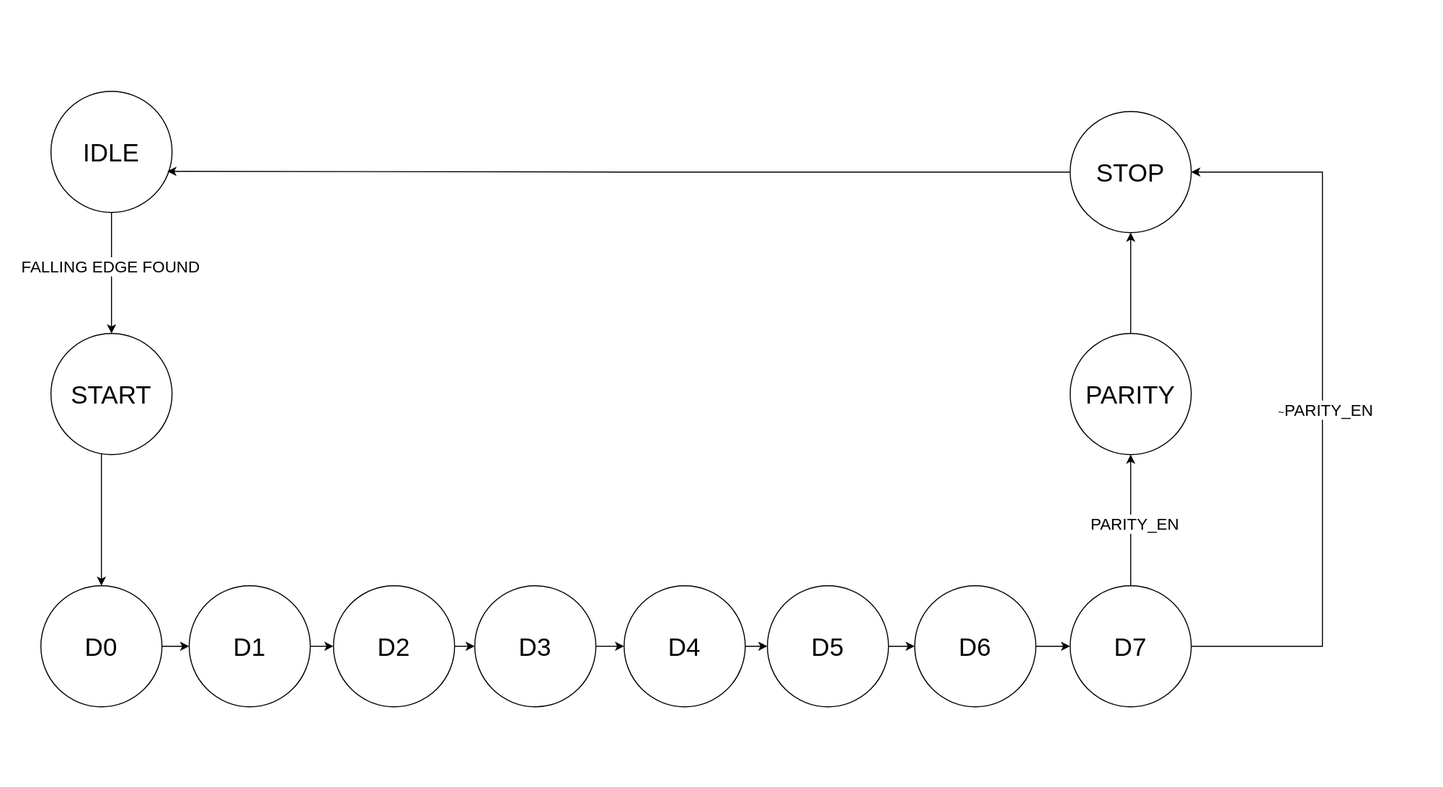
This is fsm.drawio.svg from ADN-VLSI/apb-uart, a draw.io export, as it was before one commit. Source tidied: cells renumbered, new cells last; positions are measured from the earlier drawing's top-left corner, leaving out a move shared by most shapes. The source it was exported from:
```xml
<mxGraphModel>
  <root>
    <mxCell id="0" />
    <mxCell id="1" parent="0" />
    <mxCell id="2" style="rounded=0;whiteSpace=wrap;html=1;strokeColor=none;" parent="1" vertex="1">
      <mxGeometry width="1430" height="780" as="geometry" />
    </mxCell>
    <mxCell id="3" style="edgeStyle=orthogonalEdgeStyle;rounded=0;jettySize=auto;html=1;exitX=0.5;exitY=1;exitDx=0;exitDy=0;entryX=0.5;entryY=0;entryDx=0;entryDy=0;fontSize=25;" parent="1" edge="1" source="5" target="7">
      <mxGeometry relative="1" as="geometry" />
    </mxCell>
    <mxCell id="4" value="&lt;font style=&quot;font-size: 16px;&quot;&gt;FALLING EDGE FOUND&lt;/font&gt;" style="edgeLabel;html=1;align=center;verticalAlign=middle;" parent="3" vertex="1">
      <mxGeometry x="-0.12" y="-2" relative="1" as="geometry" />
    </mxCell>
    <mxCell id="5" value="IDLE" style="ellipse;whiteSpace=wrap;html=1;rotation=0;fontSize=25;" parent="1" vertex="1">
      <mxGeometry x="50" y="90" width="120" height="120" as="geometry" />
    </mxCell>
    <mxCell id="6" style="edgeStyle=orthogonalEdgeStyle;rounded=0;jettySize=auto;html=1;exitX=0.5;exitY=1;exitDx=0;exitDy=0;entryX=0.5;entryY=0;entryDx=0;entryDy=0;fontSize=25;" parent="1" edge="1" source="7" target="9">
      <mxGeometry relative="1" as="geometry">
        <Array as="points">
          <mxPoint x="100" y="410" />
        </Array>
      </mxGeometry>
    </mxCell>
    <mxCell id="7" value="START" style="ellipse;whiteSpace=wrap;html=1;rotation=0;fontSize=25;" parent="1" vertex="1">
      <mxGeometry x="50" y="330" width="120" height="120" as="geometry" />
    </mxCell>
    <mxCell id="8" style="edgeStyle=orthogonalEdgeStyle;rounded=0;jettySize=auto;html=1;fontSize=25;" parent="1" edge="1" source="9" target="11">
      <mxGeometry relative="1" as="geometry" />
    </mxCell>
    <mxCell id="9" value="D0" style="ellipse;whiteSpace=wrap;html=1;rotation=0;fontSize=25;" parent="1" vertex="1">
      <mxGeometry x="40" y="580" width="120" height="120" as="geometry" />
    </mxCell>
    <mxCell id="10" style="edgeStyle=orthogonalEdgeStyle;rounded=0;jettySize=auto;html=1;exitX=1;exitY=0.5;exitDx=0;exitDy=0;entryX=0;entryY=0.5;entryDx=0;entryDy=0;fontSize=25;" parent="1" edge="1" source="11" target="13">
      <mxGeometry relative="1" as="geometry" />
    </mxCell>
    <mxCell id="11" value="D1" style="ellipse;whiteSpace=wrap;html=1;rotation=0;fontSize=25;" parent="1" vertex="1">
      <mxGeometry x="187" y="580" width="120" height="120" as="geometry" />
    </mxCell>
    <mxCell id="12" style="edgeStyle=orthogonalEdgeStyle;rounded=0;jettySize=auto;html=1;exitX=1;exitY=0.5;exitDx=0;exitDy=0;entryX=0;entryY=0.5;entryDx=0;entryDy=0;fontSize=25;" parent="1" edge="1" source="13" target="15">
      <mxGeometry relative="1" as="geometry" />
    </mxCell>
    <mxCell id="13" value="D2" style="ellipse;whiteSpace=wrap;html=1;rotation=0;fontSize=25;" parent="1" vertex="1">
      <mxGeometry x="330" y="580" width="120" height="120" as="geometry" />
    </mxCell>
    <mxCell id="14" style="edgeStyle=orthogonalEdgeStyle;rounded=0;jettySize=auto;html=1;exitX=1;exitY=0.5;exitDx=0;exitDy=0;entryX=0;entryY=0.5;entryDx=0;entryDy=0;fontSize=25;" parent="1" edge="1" source="15" target="17">
      <mxGeometry relative="1" as="geometry" />
    </mxCell>
    <mxCell id="15" value="D3" style="ellipse;whiteSpace=wrap;html=1;rotation=0;fontSize=25;" parent="1" vertex="1">
      <mxGeometry x="470" y="580" width="120" height="120" as="geometry" />
    </mxCell>
    <mxCell id="16" style="edgeStyle=orthogonalEdgeStyle;rounded=0;jettySize=auto;html=1;fontSize=25;" parent="1" edge="1" source="17" target="19">
      <mxGeometry relative="1" as="geometry" />
    </mxCell>
    <mxCell id="17" value="D4" style="ellipse;whiteSpace=wrap;html=1;rotation=0;fontSize=25;" parent="1" vertex="1">
      <mxGeometry x="618" y="580" width="120" height="120" as="geometry" />
    </mxCell>
    <mxCell id="18" style="edgeStyle=orthogonalEdgeStyle;rounded=0;jettySize=auto;html=1;fontSize=25;" parent="1" edge="1" source="19" target="21">
      <mxGeometry relative="1" as="geometry" />
    </mxCell>
    <mxCell id="19" value="D5" style="ellipse;whiteSpace=wrap;html=1;rotation=0;fontSize=25;" parent="1" vertex="1">
      <mxGeometry x="760" y="580" width="120" height="120" as="geometry" />
    </mxCell>
    <mxCell id="20" style="edgeStyle=orthogonalEdgeStyle;rounded=0;jettySize=auto;html=1;entryX=0;entryY=0.5;entryDx=0;entryDy=0;fontSize=25;" parent="1" edge="1" source="21" target="26">
      <mxGeometry relative="1" as="geometry" />
    </mxCell>
    <mxCell id="21" value="D6" style="ellipse;whiteSpace=wrap;html=1;fontSize=25;" parent="1" vertex="1">
      <mxGeometry x="906" y="580" width="120" height="120" as="geometry" />
    </mxCell>
    <mxCell id="22" style="edgeStyle=orthogonalEdgeStyle;rounded=0;jettySize=auto;html=1;entryX=0.5;entryY=1;entryDx=0;entryDy=0;fontSize=25;" parent="1" edge="1" source="26" target="28">
      <mxGeometry relative="1" as="geometry" />
    </mxCell>
    <mxCell id="23" value="&lt;font style=&quot;font-size: 16px;&quot;&gt;PARITY_EN&lt;/font&gt;" style="edgeLabel;html=1;align=center;verticalAlign=middle;" parent="22" vertex="1">
      <mxGeometry x="-0.05" y="-3" relative="1" as="geometry" />
    </mxCell>
    <mxCell id="24" style="edgeStyle=orthogonalEdgeStyle;rounded=0;jettySize=auto;html=1;exitX=1;exitY=0.5;exitDx=0;exitDy=0;entryX=1;entryY=0.5;entryDx=0;entryDy=0;" parent="1" edge="1" source="26" target="29">
      <mxGeometry relative="1" as="geometry">
        <Array as="points">
          <mxPoint x="1310" y="640" />
          <mxPoint x="1310" y="170" />
        </Array>
      </mxGeometry>
    </mxCell>
    <mxCell id="25" value="~&lt;font style=&quot;font-size: 16px;&quot;&gt;PARITY_EN&lt;/font&gt;" style="edgeLabel;html=1;align=center;verticalAlign=middle;" parent="24" vertex="1">
      <mxGeometry y="-2" relative="1" as="geometry" />
    </mxCell>
    <mxCell id="26" value="D7" style="ellipse;whiteSpace=wrap;html=1;fontSize=25;" parent="1" vertex="1">
      <mxGeometry x="1060" y="580" width="120" height="120" as="geometry" />
    </mxCell>
    <mxCell id="27" style="edgeStyle=orthogonalEdgeStyle;rounded=0;jettySize=auto;html=1;exitX=0.5;exitY=0;exitDx=0;exitDy=0;" parent="1" edge="1" source="28" target="29">
      <mxGeometry relative="1" as="geometry" />
    </mxCell>
    <mxCell id="28" value="PARITY" style="ellipse;whiteSpace=wrap;html=1;rotation=0;fontSize=25;" parent="1" vertex="1">
      <mxGeometry x="1060" y="330" width="120" height="120" as="geometry" />
    </mxCell>
    <mxCell id="29" value="STOP" style="ellipse;whiteSpace=wrap;html=1;rotation=0;fontSize=25;" parent="1" vertex="1">
      <mxGeometry x="1060" y="110" width="120" height="120" as="geometry" />
    </mxCell>
    <mxCell id="30" style="edgeStyle=orthogonalEdgeStyle;rounded=0;jettySize=auto;html=1;entryX=0.961;entryY=0.661;entryDx=0;entryDy=0;entryPerimeter=0;" parent="1" edge="1" source="29" target="5">
      <mxGeometry relative="1" as="geometry" />
    </mxCell>
  </root>
</mxGraphModel>
```
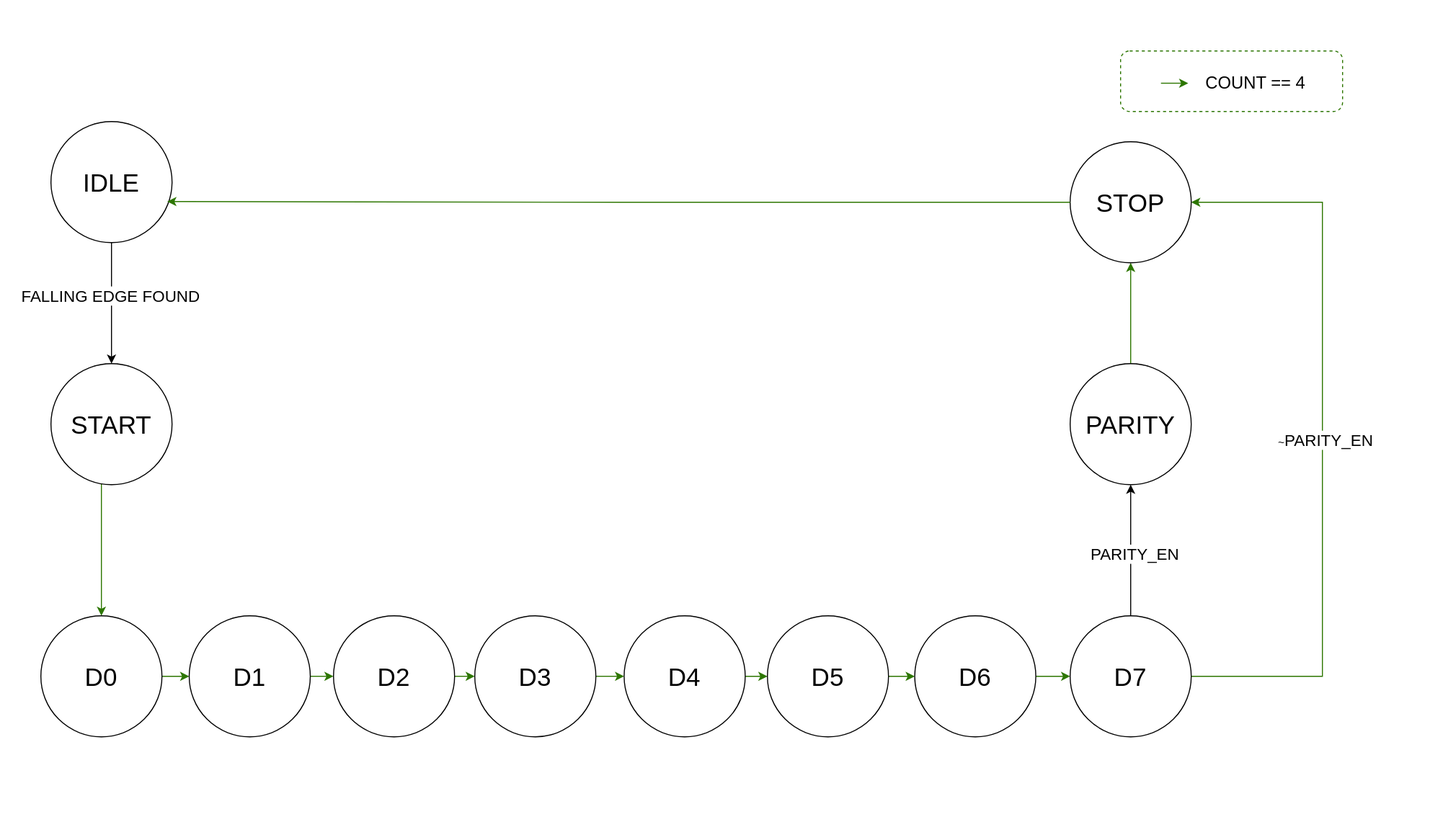
Above is the later version.

Diff of the diagram source:
```diff
@@ -3,7 +3,7 @@
     <mxCell id="0" />
     <mxCell id="1" parent="0" />
     <mxCell id="2" style="rounded=0;whiteSpace=wrap;html=1;strokeColor=none;" parent="1" vertex="1">
-      <mxGeometry width="1430" height="780" as="geometry" />
+      <mxGeometry y="-30" width="1430" height="810" as="geometry" />
     </mxCell>
     <mxCell id="3" style="edgeStyle=orthogonalEdgeStyle;rounded=0;jettySize=auto;html=1;exitX=0.5;exitY=1;exitDx=0;exitDy=0;entryX=0.5;entryY=0;entryDx=0;entryDy=0;fontSize=25;" parent="1" edge="1" source="5" target="7">
       <mxGeometry relative="1" as="geometry" />
@@ -14,7 +14,7 @@
     <mxCell id="5" value="IDLE" style="ellipse;whiteSpace=wrap;html=1;rotation=0;fontSize=25;" parent="1" vertex="1">
       <mxGeometry x="50" y="90" width="120" height="120" as="geometry" />
     </mxCell>
-    <mxCell id="6" style="edgeStyle=orthogonalEdgeStyle;rounded=0;jettySize=auto;html=1;exitX=0.5;exitY=1;exitDx=0;exitDy=0;entryX=0.5;entryY=0;entryDx=0;entryDy=0;fontSize=25;" parent="1" edge="1" source="7" target="9">
+    <mxCell id="6" style="edgeStyle=orthogonalEdgeStyle;rounded=0;jettySize=auto;html=1;exitX=0.5;exitY=1;exitDx=0;exitDy=0;entryX=0.5;entryY=0;entryDx=0;entryDy=0;fontSize=25;fillColor=#60a917;strokeColor=#2D7600;" parent="1" edge="1" source="7" target="9">
       <mxGeometry relative="1" as="geometry">
         <Array as="points">
           <mxPoint x="100" y="410" />
@@ -24,43 +24,43 @@
     <mxCell id="7" value="START" style="ellipse;whiteSpace=wrap;html=1;rotation=0;fontSize=25;" parent="1" vertex="1">
       <mxGeometry x="50" y="330" width="120" height="120" as="geometry" />
     </mxCell>
-    <mxCell id="8" style="edgeStyle=orthogonalEdgeStyle;rounded=0;jettySize=auto;html=1;fontSize=25;" parent="1" edge="1" source="9" target="11">
+    <mxCell id="8" style="edgeStyle=orthogonalEdgeStyle;rounded=0;jettySize=auto;html=1;fontSize=25;fillColor=#60a917;strokeColor=#2D7600;" parent="1" edge="1" source="9" target="11">
       <mxGeometry relative="1" as="geometry" />
     </mxCell>
     <mxCell id="9" value="D0" style="ellipse;whiteSpace=wrap;html=1;rotation=0;fontSize=25;" parent="1" vertex="1">
       <mxGeometry x="40" y="580" width="120" height="120" as="geometry" />
     </mxCell>
-    <mxCell id="10" style="edgeStyle=orthogonalEdgeStyle;rounded=0;jettySize=auto;html=1;exitX=1;exitY=0.5;exitDx=0;exitDy=0;entryX=0;entryY=0.5;entryDx=0;entryDy=0;fontSize=25;" parent="1" edge="1" source="11" target="13">
+    <mxCell id="10" style="edgeStyle=orthogonalEdgeStyle;rounded=0;jettySize=auto;html=1;exitX=1;exitY=0.5;exitDx=0;exitDy=0;entryX=0;entryY=0.5;entryDx=0;entryDy=0;fontSize=25;fillColor=#60a917;strokeColor=#2D7600;" parent="1" edge="1" source="11" target="13">
       <mxGeometry relative="1" as="geometry" />
     </mxCell>
     <mxCell id="11" value="D1" style="ellipse;whiteSpace=wrap;html=1;rotation=0;fontSize=25;" parent="1" vertex="1">
       <mxGeometry x="187" y="580" width="120" height="120" as="geometry" />
     </mxCell>
-    <mxCell id="12" style="edgeStyle=orthogonalEdgeStyle;rounded=0;jettySize=auto;html=1;exitX=1;exitY=0.5;exitDx=0;exitDy=0;entryX=0;entryY=0.5;entryDx=0;entryDy=0;fontSize=25;" parent="1" edge="1" source="13" target="15">
+    <mxCell id="12" style="edgeStyle=orthogonalEdgeStyle;rounded=0;jettySize=auto;html=1;exitX=1;exitY=0.5;exitDx=0;exitDy=0;entryX=0;entryY=0.5;entryDx=0;entryDy=0;fontSize=25;fillColor=#60a917;strokeColor=#2D7600;" parent="1" edge="1" source="13" target="15">
       <mxGeometry relative="1" as="geometry" />
     </mxCell>
     <mxCell id="13" value="D2" style="ellipse;whiteSpace=wrap;html=1;rotation=0;fontSize=25;" parent="1" vertex="1">
       <mxGeometry x="330" y="580" width="120" height="120" as="geometry" />
     </mxCell>
-    <mxCell id="14" style="edgeStyle=orthogonalEdgeStyle;rounded=0;jettySize=auto;html=1;exitX=1;exitY=0.5;exitDx=0;exitDy=0;entryX=0;entryY=0.5;entryDx=0;entryDy=0;fontSize=25;" parent="1" edge="1" source="15" target="17">
+    <mxCell id="14" style="edgeStyle=orthogonalEdgeStyle;rounded=0;jettySize=auto;html=1;exitX=1;exitY=0.5;exitDx=0;exitDy=0;entryX=0;entryY=0.5;entryDx=0;entryDy=0;fontSize=25;fillColor=#60a917;strokeColor=#2D7600;" parent="1" edge="1" source="15" target="17">
       <mxGeometry relative="1" as="geometry" />
     </mxCell>
     <mxCell id="15" value="D3" style="ellipse;whiteSpace=wrap;html=1;rotation=0;fontSize=25;" parent="1" vertex="1">
       <mxGeometry x="470" y="580" width="120" height="120" as="geometry" />
     </mxCell>
-    <mxCell id="16" style="edgeStyle=orthogonalEdgeStyle;rounded=0;jettySize=auto;html=1;fontSize=25;" parent="1" edge="1" source="17" target="19">
+    <mxCell id="16" style="edgeStyle=orthogonalEdgeStyle;rounded=0;jettySize=auto;html=1;fontSize=25;fillColor=#60a917;strokeColor=#2D7600;" parent="1" edge="1" source="17" target="19">
       <mxGeometry relative="1" as="geometry" />
     </mxCell>
     <mxCell id="17" value="D4" style="ellipse;whiteSpace=wrap;html=1;rotation=0;fontSize=25;" parent="1" vertex="1">
       <mxGeometry x="618" y="580" width="120" height="120" as="geometry" />
     </mxCell>
-    <mxCell id="18" style="edgeStyle=orthogonalEdgeStyle;rounded=0;jettySize=auto;html=1;fontSize=25;" parent="1" edge="1" source="19" target="21">
+    <mxCell id="18" style="edgeStyle=orthogonalEdgeStyle;rounded=0;jettySize=auto;html=1;fontSize=25;fillColor=#60a917;strokeColor=#2D7600;" parent="1" edge="1" source="19" target="21">
       <mxGeometry relative="1" as="geometry" />
     </mxCell>
     <mxCell id="19" value="D5" style="ellipse;whiteSpace=wrap;html=1;rotation=0;fontSize=25;" parent="1" vertex="1">
       <mxGeometry x="760" y="580" width="120" height="120" as="geometry" />
     </mxCell>
-    <mxCell id="20" style="edgeStyle=orthogonalEdgeStyle;rounded=0;jettySize=auto;html=1;entryX=0;entryY=0.5;entryDx=0;entryDy=0;fontSize=25;" parent="1" edge="1" source="21" target="26">
+    <mxCell id="20" style="edgeStyle=orthogonalEdgeStyle;rounded=0;jettySize=auto;html=1;entryX=0;entryY=0.5;entryDx=0;entryDy=0;fontSize=25;fillColor=#60a917;strokeColor=#2D7600;" parent="1" edge="1" source="21" target="26">
       <mxGeometry relative="1" as="geometry" />
     </mxCell>
     <mxCell id="21" value="D6" style="ellipse;whiteSpace=wrap;html=1;fontSize=25;" parent="1" vertex="1">
@@ -72,7 +72,7 @@
     <mxCell id="23" value="&lt;font style=&quot;font-size: 16px;&quot;&gt;PARITY_EN&lt;/font&gt;" style="edgeLabel;html=1;align=center;verticalAlign=middle;" parent="22" vertex="1">
       <mxGeometry x="-0.05" y="-3" relative="1" as="geometry" />
     </mxCell>
-    <mxCell id="24" style="edgeStyle=orthogonalEdgeStyle;rounded=0;jettySize=auto;html=1;exitX=1;exitY=0.5;exitDx=0;exitDy=0;entryX=1;entryY=0.5;entryDx=0;entryDy=0;" parent="1" edge="1" source="26" target="29">
+    <mxCell id="24" style="edgeStyle=orthogonalEdgeStyle;rounded=0;jettySize=auto;html=1;exitX=1;exitY=0.5;exitDx=0;exitDy=0;entryX=1;entryY=0.5;entryDx=0;entryDy=0;fillColor=#60a917;strokeColor=#2D7600;" parent="1" edge="1" source="26" target="29">
       <mxGeometry relative="1" as="geometry">
         <Array as="points">
           <mxPoint x="1310" y="640" />
@@ -86,7 +86,7 @@
     <mxCell id="26" value="D7" style="ellipse;whiteSpace=wrap;html=1;fontSize=25;" parent="1" vertex="1">
       <mxGeometry x="1060" y="580" width="120" height="120" as="geometry" />
     </mxCell>
-    <mxCell id="27" style="edgeStyle=orthogonalEdgeStyle;rounded=0;jettySize=auto;html=1;exitX=0.5;exitY=0;exitDx=0;exitDy=0;" parent="1" edge="1" source="28" target="29">
+    <mxCell id="27" style="edgeStyle=orthogonalEdgeStyle;rounded=0;jettySize=auto;html=1;exitX=0.5;exitY=0;exitDx=0;exitDy=0;fillColor=#60a917;strokeColor=#2D7600;" parent="1" edge="1" source="28" target="29">
       <mxGeometry relative="1" as="geometry" />
     </mxCell>
     <mxCell id="28" value="PARITY" style="ellipse;whiteSpace=wrap;html=1;rotation=0;fontSize=25;" parent="1" vertex="1">
@@ -95,8 +95,20 @@
     <mxCell id="29" value="STOP" style="ellipse;whiteSpace=wrap;html=1;rotation=0;fontSize=25;" parent="1" vertex="1">
       <mxGeometry x="1060" y="110" width="120" height="120" as="geometry" />
     </mxCell>
-    <mxCell id="30" style="edgeStyle=orthogonalEdgeStyle;rounded=0;jettySize=auto;html=1;entryX=0.961;entryY=0.661;entryDx=0;entryDy=0;entryPerimeter=0;" parent="1" edge="1" source="29" target="5">
+    <mxCell id="30" style="edgeStyle=orthogonalEdgeStyle;rounded=0;jettySize=auto;html=1;entryX=0.961;entryY=0.661;entryDx=0;entryDy=0;entryPerimeter=0;fillColor=#60a917;strokeColor=#2D7600;" parent="1" edge="1" source="29" target="5">
       <mxGeometry relative="1" as="geometry" />
     </mxCell>
+    <mxCell id="31" style="rounded=1;whiteSpace=wrap;html=1;fillColor=none;fontColor=#ffffff;strokeColor=#2D7600;dashed=1;" parent="1" vertex="1">
+      <mxGeometry x="1110" y="20" width="220" height="60" as="geometry" />
+    </mxCell>
+    <mxCell id="32" style="edgeStyle=orthogonalEdgeStyle;rounded=0;orthogonalLoop=1;jettySize=auto;html=1;fontSize=25;fillColor=#60a917;strokeColor=#2D7600;" parent="1" edge="1">
+      <mxGeometry relative="1" as="geometry">
+        <mxPoint x="1150" y="52" as="sourcePoint" />
+        <mxPoint x="1177" y="52" as="targetPoint" />
+      </mxGeometry>
+    </mxCell>
+    <mxCell id="33" value="COUNT == 4" style="text;html=1;whiteSpace=wrap;strokeColor=none;fillColor=none;align=center;verticalAlign=middle;rounded=0;fontSize=17;" parent="1" vertex="1">
+      <mxGeometry x="1191" y="38" width="106" height="30" as="geometry" />
+    </mxCell>
   </root>
 </mxGraphModel>
```
